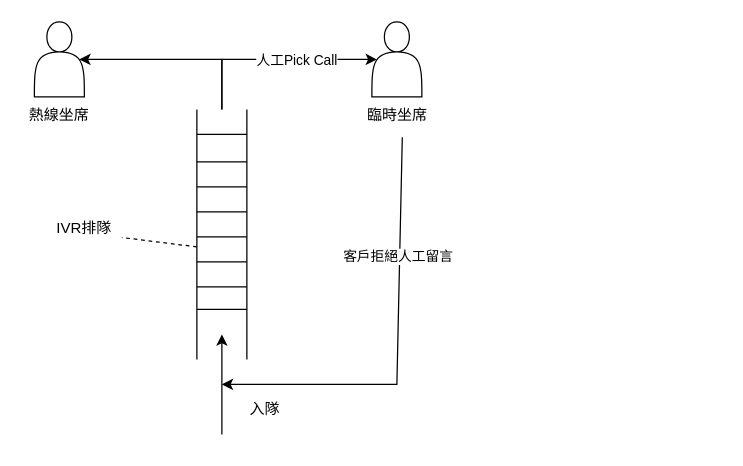
Before: 未命名绘图.drawio in 2571788183/-, a draw.io diagram. Source tidied: cells renumbered, new cells numbered last; positions are measured from the earlier drawing's top-left corner, leaving out a move shared by most shapes. Both pictures are drawn from the tidied source at 125%, with x=0, y=0 at pixel (21, 21).
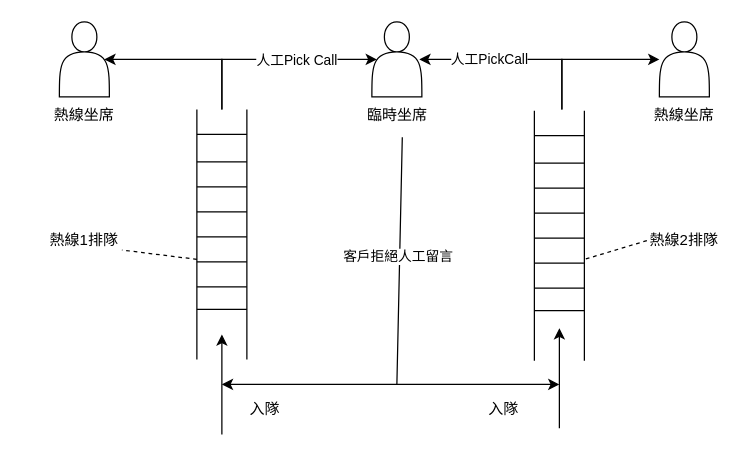
The same page after the edit.

Commit message (it also covers changes not shown here):
更新未命名绘图.drawio

Change to the diagram source:
```diff
@@
     <mxCell id="15" style="shape=actor;whiteSpace=wrap;html=1;" parent="1" vertex="1">
-      <mxGeometry x="10" width="40" height="60" as="geometry" />
+      <mxGeometry x="30" width="40" height="60" as="geometry" />
     </mxCell>
@@
     <mxCell id="17" style="endArrow=none;dashed=1;html=1;rounded=0;entryX=1;entryY=0.75;entryDx=0;entryDy=0;" parent="1" edge="1" target="18">
       <mxGeometry relative="1" as="geometry">
-        <mxPoint x="140" y="180" as="sourcePoint" />
+        <mxPoint x="140" y="190" as="sourcePoint" />
       </mxGeometry>
     </mxCell>
-    <mxCell id="18" value="IVR排隊" style="text;html=1;strokeColor=none;fillColor=none;align=center;verticalAlign=middle;whiteSpace=wrap;rounded=0;" parent="1" vertex="1">
-      <mxGeometry x="20" y="150" width="60" height="30" as="geometry" />
+    <mxCell id="18" value="熱線1排隊" style="text;html=1;strokeColor=none;fillColor=none;align=center;verticalAlign=middle;whiteSpace=wrap;rounded=0;" parent="1" vertex="1">
+      <mxGeometry x="20" y="160" width="60" height="30" as="geometry" />
     </mxCell>
@@
     <mxCell id="20" value="熱線坐席" style="text;html=1;strokeColor=none;fillColor=none;align=center;verticalAlign=middle;whiteSpace=wrap;rounded=0;" parent="1" vertex="1">
-      <mxGeometry y="60" width="60" height="30" as="geometry" />
+      <mxGeometry x="20" y="60" width="60" height="30" as="geometry" />
     </mxCell>
@@
+    <mxCell id="25" style="endArrow=none;html=1;rounded=0;" parent="1" edge="1">
+      <mxGeometry relative="1" as="geometry">
+        <mxPoint x="410" y="271" as="sourcePoint" />
+        <mxPoint x="410" y="71" as="targetPoint" />
+      </mxGeometry>
+    </mxCell>
+    <mxCell id="26" style="endArrow=none;html=1;rounded=0;" parent="1" edge="1">
+      <mxGeometry relative="1" as="geometry">
+        <mxPoint x="450" y="271" as="sourcePoint" />
+        <mxPoint x="450" y="71" as="targetPoint" />
+      </mxGeometry>
+    </mxCell>
+    <mxCell id="27" style="endArrow=none;html=1;rounded=0;" parent="1" edge="1">
+      <mxGeometry relative="1" as="geometry">
+        <mxPoint x="410" y="91" as="sourcePoint" />
+        <mxPoint x="450" y="91" as="targetPoint" />
+      </mxGeometry>
+    </mxCell>
+    <mxCell id="28" style="endArrow=none;html=1;rounded=0;" parent="1" edge="1">
+      <mxGeometry relative="1" as="geometry">
+        <mxPoint x="410" y="113" as="sourcePoint" />
+        <mxPoint x="450" y="113" as="targetPoint" />
+      </mxGeometry>
+    </mxCell>
+    <mxCell id="29" style="endArrow=none;html=1;rounded=0;" parent="1" edge="1">
+      <mxGeometry relative="1" as="geometry">
+        <mxPoint x="410" y="133" as="sourcePoint" />
+        <mxPoint x="450" y="133" as="targetPoint" />
+      </mxGeometry>
+    </mxCell>
+    <mxCell id="30" style="endArrow=none;html=1;rounded=0;" parent="1" edge="1">
+      <mxGeometry relative="1" as="geometry">
+        <mxPoint x="410" y="153" as="sourcePoint" />
+        <mxPoint x="450" y="153" as="targetPoint" />
+      </mxGeometry>
+    </mxCell>
+    <mxCell id="31" style="endArrow=none;html=1;rounded=0;" parent="1" edge="1">
+      <mxGeometry relative="1" as="geometry">
+        <mxPoint x="410" y="173" as="sourcePoint" />
+        <mxPoint x="450" y="173" as="targetPoint" />
+      </mxGeometry>
+    </mxCell>
+    <mxCell id="32" style="endArrow=none;html=1;rounded=0;" parent="1" edge="1">
+      <mxGeometry relative="1" as="geometry">
+        <mxPoint x="410" y="193" as="sourcePoint" />
+        <mxPoint x="450" y="193" as="targetPoint" />
+      </mxGeometry>
+    </mxCell>
+    <mxCell id="33" style="endArrow=none;html=1;rounded=0;" parent="1" edge="1">
+      <mxGeometry relative="1" as="geometry">
+        <mxPoint x="410" y="213" as="sourcePoint" />
+        <mxPoint x="450" y="213" as="targetPoint" />
+      </mxGeometry>
+    </mxCell>
+    <mxCell id="34" style="endArrow=none;html=1;rounded=0;" parent="1" edge="1">
+      <mxGeometry relative="1" as="geometry">
+        <mxPoint x="410" y="231" as="sourcePoint" />
+        <mxPoint x="450" y="231" as="targetPoint" />
+      </mxGeometry>
+    </mxCell>
+    <mxCell id="35" style="endArrow=classic;html=1;rounded=0;" parent="1" edge="1">
+      <mxGeometry relative="1" as="geometry">
+        <mxPoint x="430" y="325" as="sourcePoint" />
+        <mxPoint x="430" y="245" as="targetPoint" />
+      </mxGeometry>
+    </mxCell>
+    <mxCell id="36" style="endArrow=classic;html=1;rounded=0;" parent="1" edge="1">
+      <mxGeometry relative="1" as="geometry">
+        <mxPoint x="300" y="290" as="sourcePoint" />
+        <mxPoint x="430" y="290" as="targetPoint" />
+      </mxGeometry>
+    </mxCell>
+    <mxCell id="37" value="入隊" style="text;html=1;align=center;verticalAlign=middle;strokeColor=none;fillColor=none;" parent="1" vertex="1">
+      <mxGeometry x="360" y="295" width="50" height="30" as="geometry" />
+    </mxCell>
+    <mxCell id="38" style="shape=actor;whiteSpace=wrap;html=1;" parent="1" vertex="1">
+      <mxGeometry x="510" width="40" height="60" as="geometry" />
+    </mxCell>
+    <mxCell id="39" style="endArrow=classic;html=1;rounded=0;" parent="1" edge="1">
+      <mxGeometry relative="1" as="geometry">
+        <mxPoint x="432" y="70" as="sourcePoint" />
+        <mxPoint x="510" y="30" as="targetPoint" />
+        <Array as="points">
+          <mxPoint x="432" y="30" />
+        </Array>
+      </mxGeometry>
+    </mxCell>
+    <mxCell id="40" style="endArrow=classic;html=1;rounded=0;entryX=0.9;entryY=0.5;entryDx=0;entryDy=0;entryPerimeter=0;" parent="1" edge="1">
+      <mxGeometry relative="1" as="geometry">
+        <mxPoint x="432" y="70" as="sourcePoint" />
+        <mxPoint x="318" y="30" as="targetPoint" />
+        <Array as="points">
+          <mxPoint x="432" y="30" />
+        </Array>
+      </mxGeometry>
+    </mxCell>
+    <mxCell id="41" value="人工PickCall" style="edgeLabel;html=1;align=center;verticalAlign=middle;" parent="40" vertex="1">
+      <mxGeometry x="0.27" y="-2" relative="1" as="geometry">
+        <mxPoint x="-1" y="1" as="offset" />
+      </mxGeometry>
+    </mxCell>
+    <mxCell id="42" value="熱線坐席" style="text;html=1;strokeColor=none;fillColor=none;align=center;verticalAlign=middle;whiteSpace=wrap;rounded=0;" parent="1" vertex="1">
+      <mxGeometry x="500" y="60" width="60" height="30" as="geometry" />
+    </mxCell>
+    <mxCell id="43" value="熱線2排隊" style="text;html=1;strokeColor=none;fillColor=none;align=center;verticalAlign=middle;whiteSpace=wrap;rounded=0;" parent="1" vertex="1">
+      <mxGeometry x="500" y="160" width="60" height="30" as="geometry" />
+    </mxCell>
+    <mxCell id="44" style="endArrow=none;dashed=1;html=1;rounded=0;exitX=0;exitY=0.5;exitDx=0;exitDy=0;" parent="1" edge="1" source="43">
+      <mxGeometry relative="1" as="geometry">
+        <mxPoint x="450" y="190" as="targetPoint" />
+      </mxGeometry>
+    </mxCell>
```
